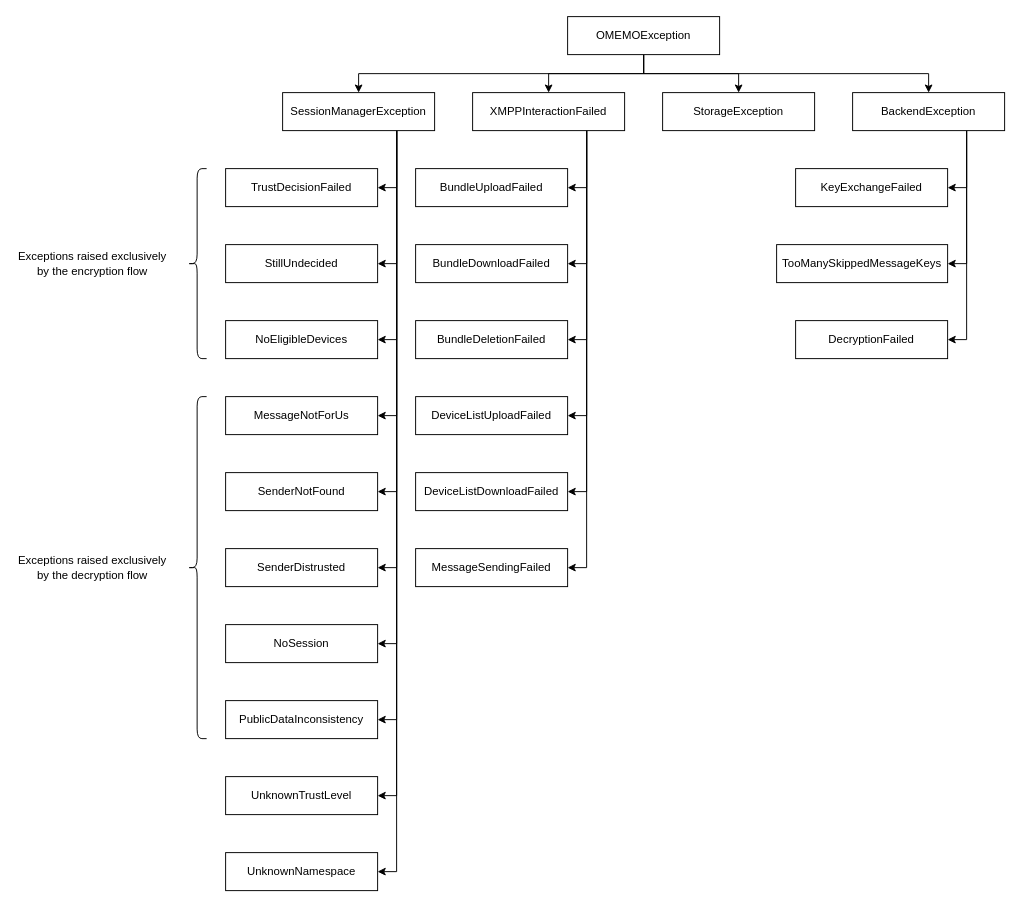
Earlier version of the draw.io diagram Exceptions.drawio (Syndace/python-omemo). Source tidied: cells renumbered, new cells numbered last; positions are measured from the earlier drawing's top-left corner, leaving out a move shared by most shapes. Both pictures are drawn from the tidied source at 95%, with x=0, y=0 at pixel (16, 16).
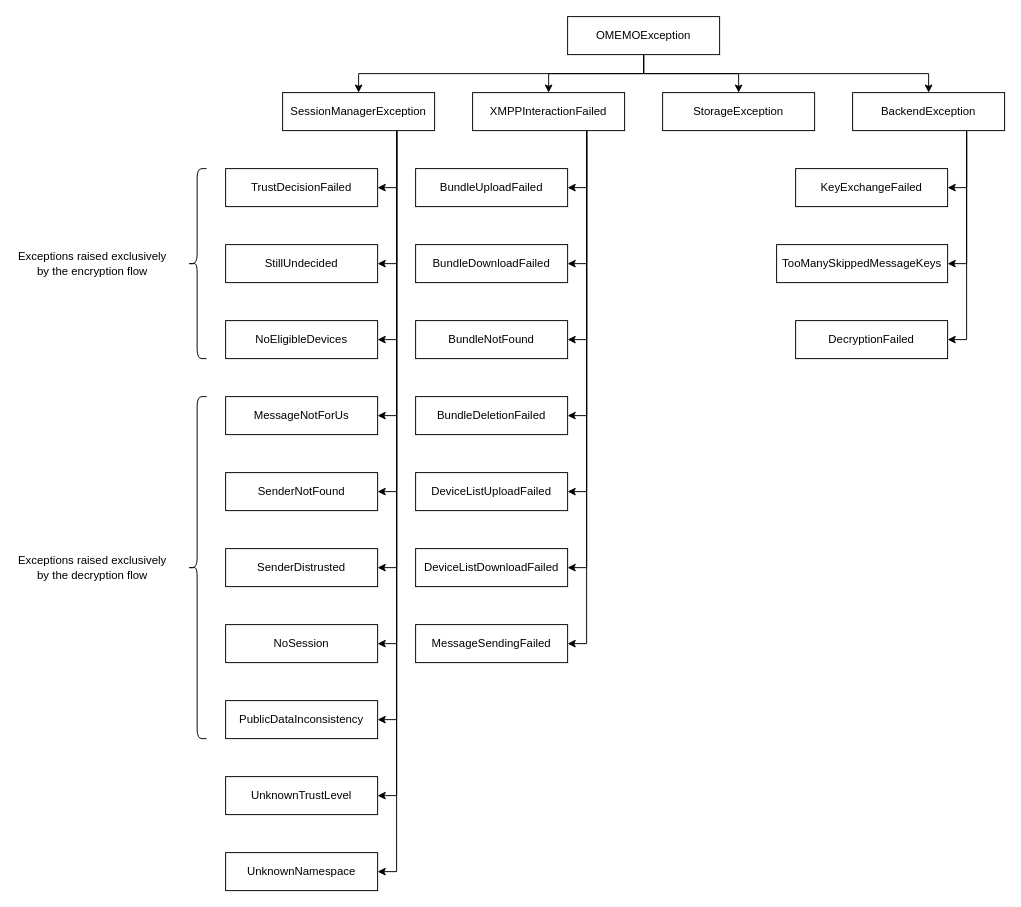
The same diagram, later.

Unchanged cells that the change refers to:
```xml
<mxCell id="24" value="XMPPInteractionFailed" style="rounded=0;whiteSpace=wrap;html=1;" parent="1" vertex="1">
  <mxGeometry x="480" y="80" width="160" height="40" as="geometry" />
</mxCell>
```

The edit, as a diff of the source:
```diff
@@
+    <mxCell id="53" style="edgeStyle=orthogonalEdgeStyle;rounded=0;jettySize=auto;html=1;exitX=0.75;exitY=1;exitDx=0;exitDy=0;entryX=1;entryY=0.5;entryDx=0;entryDy=0;" parent="1" edge="1" source="24" target="54">
+      <mxGeometry relative="1" as="geometry" />
+    </mxCell>
@@
     <mxCell id="37" value="BundleDeletionFailed" style="rounded=0;whiteSpace=wrap;html=1;" parent="1" vertex="1">
-      <mxGeometry x="420" y="320" width="160" height="40" as="geometry" />
+      <mxGeometry x="420" y="400" width="160" height="40" as="geometry" />
     </mxCell>
     <mxCell id="38" value="DeviceListUploadFailed" style="rounded=0;whiteSpace=wrap;html=1;" parent="1" vertex="1">
-      <mxGeometry x="420" y="400" width="160" height="40" as="geometry" />
+      <mxGeometry x="420" y="480" width="160" height="40" as="geometry" />
     </mxCell>
     <mxCell id="39" value="DeviceListDownloadFailed" style="rounded=0;whiteSpace=wrap;html=1;" parent="1" vertex="1">
-      <mxGeometry x="420" y="480" width="160" height="40" as="geometry" />
+      <mxGeometry x="420" y="560" width="160" height="40" as="geometry" />
     </mxCell>
     <mxCell id="40" value="MessageSendingFailed" style="rounded=0;whiteSpace=wrap;html=1;" parent="1" vertex="1">
-      <mxGeometry x="420" y="560" width="160" height="40" as="geometry" />
+      <mxGeometry x="420" y="640" width="160" height="40" as="geometry" />
     </mxCell>
@@
+    <mxCell id="54" value="&lt;div&gt;BundleNotFound&lt;/div&gt;" style="rounded=0;whiteSpace=wrap;html=1;" parent="1" vertex="1">
+      <mxGeometry x="420" y="320" width="160" height="40" as="geometry" />
+    </mxCell>
```
